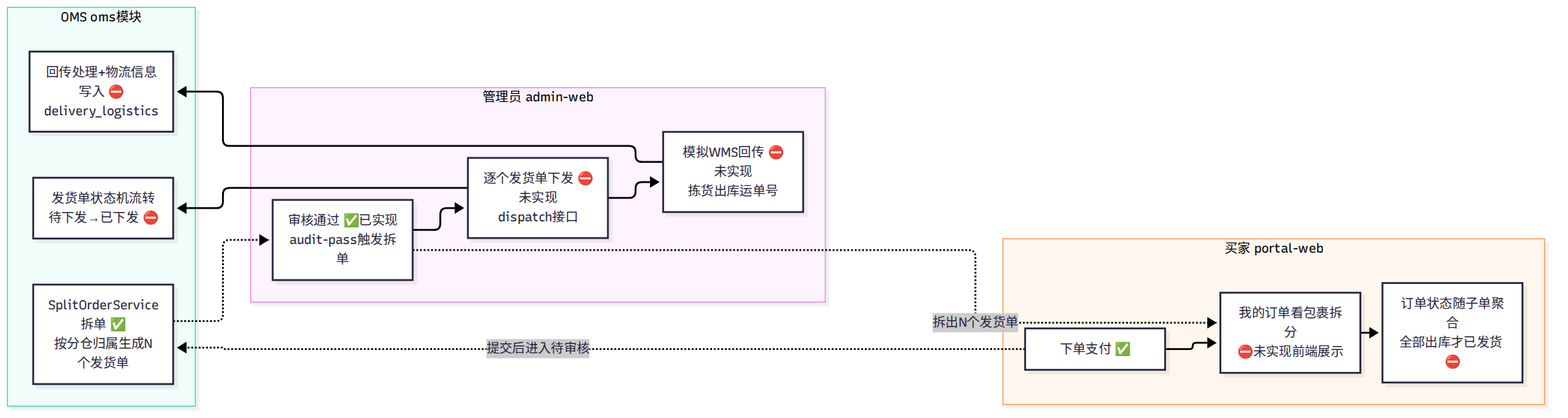
Before: docs/flows/02-业务场景/7-场景5-拆单履约.png, a diagram exported from Mermaid (zzy-repo/qiqi-mall). Its source is kept beside it as docs/flows/02-业务场景/7-场景5-拆单履约.mmd.
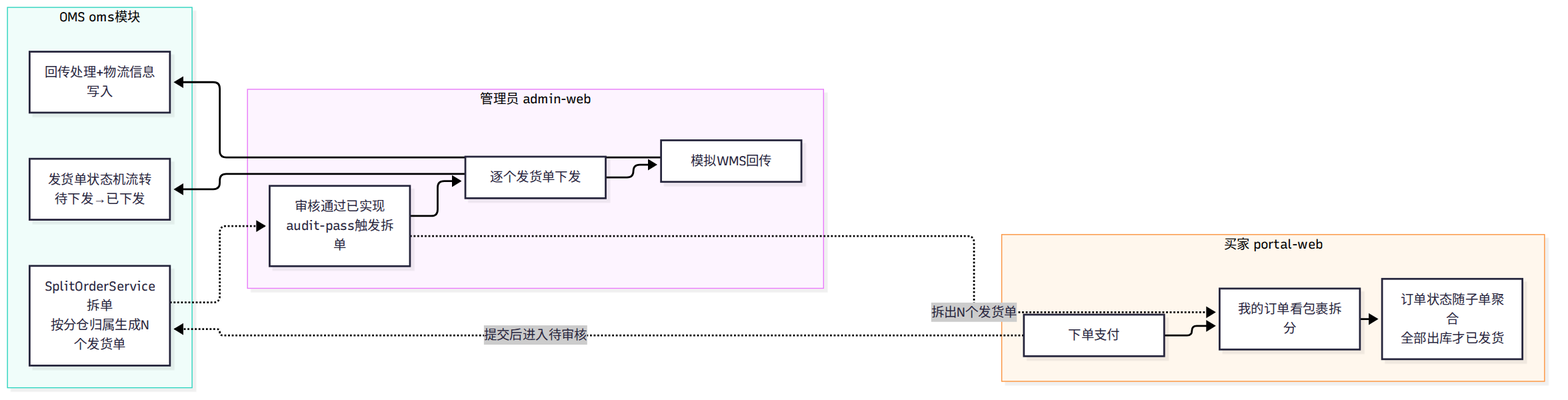
The same diagram one commit later.

Diff of the diagram source:
```diff
@@ -1,16 +1,16 @@
 flowchart LR
     subgraph A[管理员 admin-web]
-        A1[审核通过 ✅已实现<br/>audit-pass触发拆单] --> A2[逐个发货单下发 ⛔未实现<br/>dispatch接口]
-        A2 --> A3[模拟WMS回传 ⛔未实现<br/>拣货出库运单号]
+        A1[审核通过已实现<br/>audit-pass触发拆单] --> A2[逐个发货单下发]
+        A2 --> A3[模拟WMS回传]
     end
     subgraph B[OMS oms模块]
-        B1[SplitOrderService拆单 ✅<br/>按分仓归属生成N个发货单] -.-> A1
-        A2 --> B2[发货单状态机流转<br/>待下发→已下发 ⛔]
-        A3 --> B3[回传处理+物流信息写入 ⛔<br/>delivery_logistics]
+        B1[SplitOrderService拆单<br/>按分仓归属生成N个发货单] -.-> A1
+        A2 --> B2[发货单状态机流转<br/>待下发→已下发]
+        A3 --> B3[回传处理+物流信息写入]
     end
     subgraph C[买家 portal-web]
-        C1[下单支付 ✅] --> C2[我的订单看包裹拆分<br/>⛔未实现前端展示]
-        C2 --> C3[订单状态随子单聚合<br/>全部出库才已发货 ⛔]
+        C1[下单支付] --> C2[我的订单看包裹拆分<br/>]
+        C2 --> C3[订单状态随子单聚合<br/>全部出库才已发货]
     end
     C1 -.提交后进入待审核.-> B1
     A1 -.拆出N个发货单.-> C2
```
